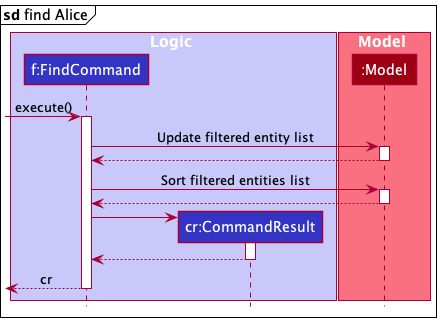
This is docs/images/FindSequenceDiagramSpecific.png from nus-cs2103-AY2021S2/tp, a PlantUML export, as it was before one commit.
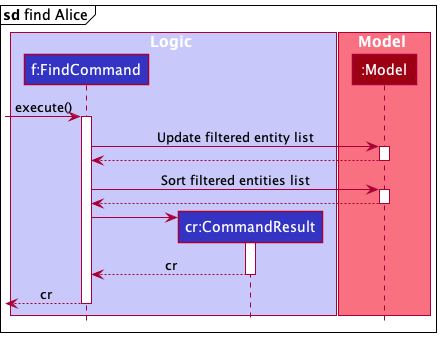
The same file after the commit.

Change to the diagram source:
```diff
@@ -30,7 +30,7 @@
 create CommandResult
 FindCommand -> CommandResult
 activate CommandResult
-CommandResult --> FindCommand
+CommandResult --> FindCommand :cr
 deactivate CommandResult
 
 [<-- FindCommand : cr
```
